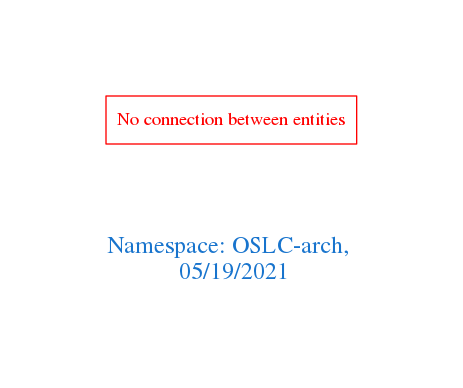
Earlier version of the Graphviz export downloads/OSLC-arch.png (arago/OGIT). Its source is kept beside it as downloads/OSLC-arch.dot.
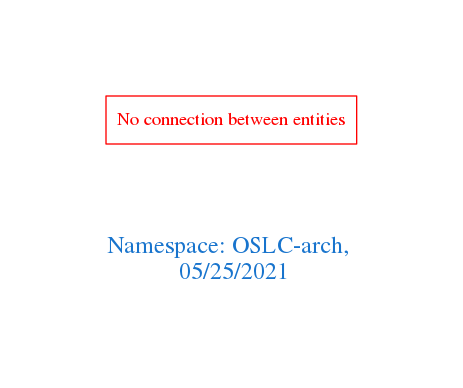
After the change.

What changed in the source:
```diff
@@ -1,7 +1,7 @@
 digraph OGIT_ontology {
  graph [ rankdir= LR,pad=1
 fontsize = 18,
-fontcolor= dodgerblue3,label = "\n\n\nNamespace: OSLC-arch, \n 05/19/2021"];
+fontcolor= dodgerblue3,label = "\n\n\nNamespace: OSLC-arch, \n 05/25/2021"];
 node[shape=polygon];
 edge [  color="gray81"];
 
```
